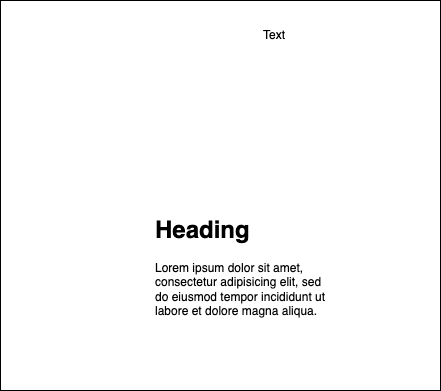
RomanKalitovskiy/django_ts keeps this draw.io diagram as Untitled Diagram.drawio.png. Above is the earlier version. Source tidied: cells renumbered, new cells last; positions are measured from the earlier drawing's top-left corner, leaving out a move shared by most shapes.
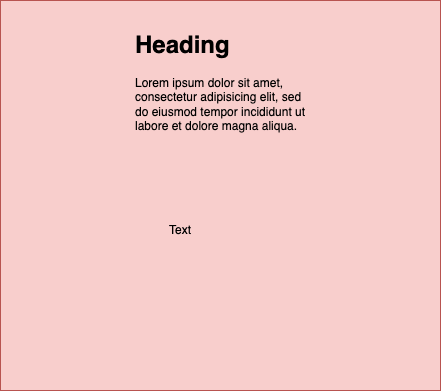
Above is the later version.

Diff of the diagram source:
```diff
@@ -2,14 +2,14 @@
   <root>
     <mxCell id="0" />
     <mxCell id="1" parent="0" />
-    <mxCell id="2" style="rounded=0;whiteSpace=wrap;html=1;" parent="1" vertex="1">
-      <mxGeometry width="440" height="390" as="geometry" />
+    <mxCell id="2" style="rounded=0;whiteSpace=wrap;html=1;fillColor=#f8cecc;strokeColor=#b85450;" parent="1" vertex="1">
+      <mxGeometry x="50" y="5" width="440" height="390" as="geometry" />
     </mxCell>
     <mxCell id="3" value="Text" style="text;html=1;strokeColor=none;fillColor=none;align=center;verticalAlign=middle;whiteSpace=wrap;rounded=0;" parent="1" vertex="1">
-      <mxGeometry x="244" y="20" width="60" height="30" as="geometry" />
+      <mxGeometry x="200" y="220" width="60" height="30" as="geometry" />
     </mxCell>
     <mxCell id="4" value="&lt;h1&gt;Heading&lt;/h1&gt;&lt;p&gt;Lorem ipsum dolor sit amet, consectetur adipisicing elit, sed do eiusmod tempor incididunt ut labore et dolore magna aliqua.&lt;/p&gt;" style="text;html=1;strokeColor=none;fillColor=none;spacing=5;spacingTop=-20;whiteSpace=wrap;overflow=hidden;rounded=0;" parent="1" vertex="1">
-      <mxGeometry x="150" y="210" width="190" height="120" as="geometry" />
+      <mxGeometry x="180" y="30" width="190" height="120" as="geometry" />
     </mxCell>
   </root>
 </mxGraphModel>
```
